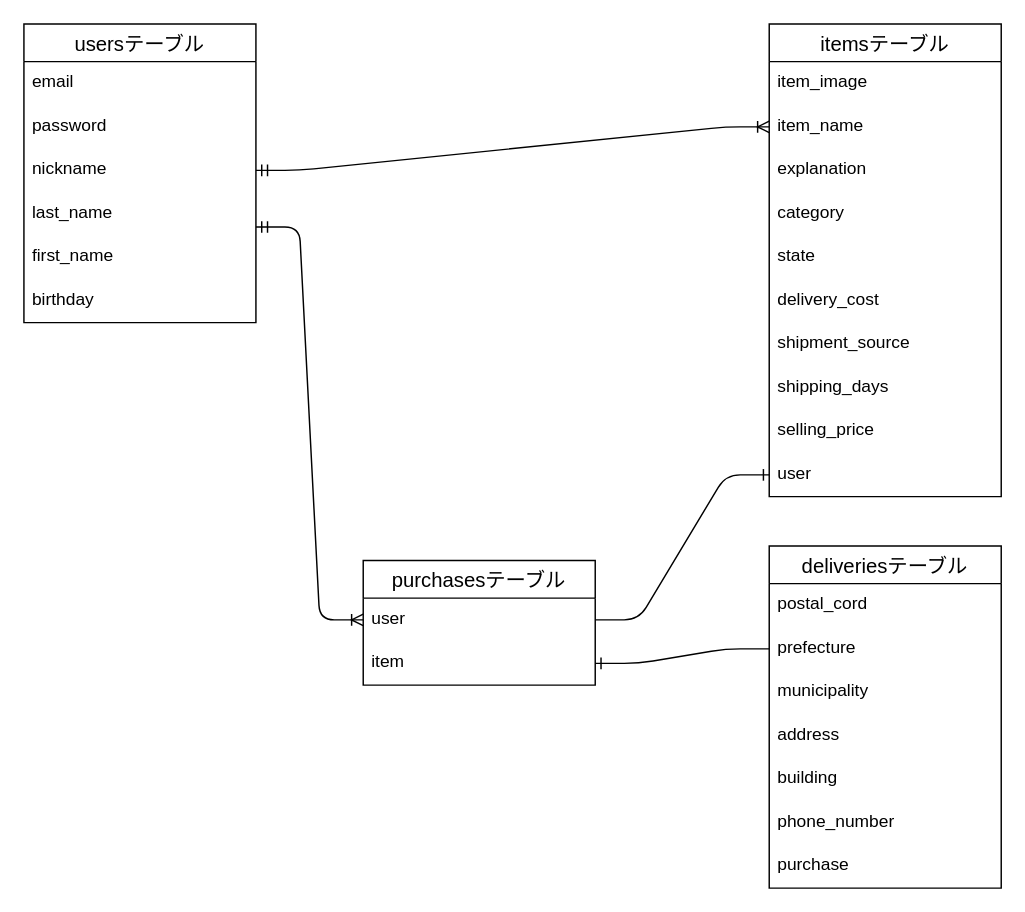
Earlier version of the draw.io diagram ER.dio (Suzun0suke/furima-8019). Source tidied: cells renumbered, new cells numbered last; positions are measured from the earlier drawing's top-left corner, leaving out a move shared by most shapes. Both pictures are drawn from the tidied source at 145%, with x=0, y=0 at pixel (23, 23).
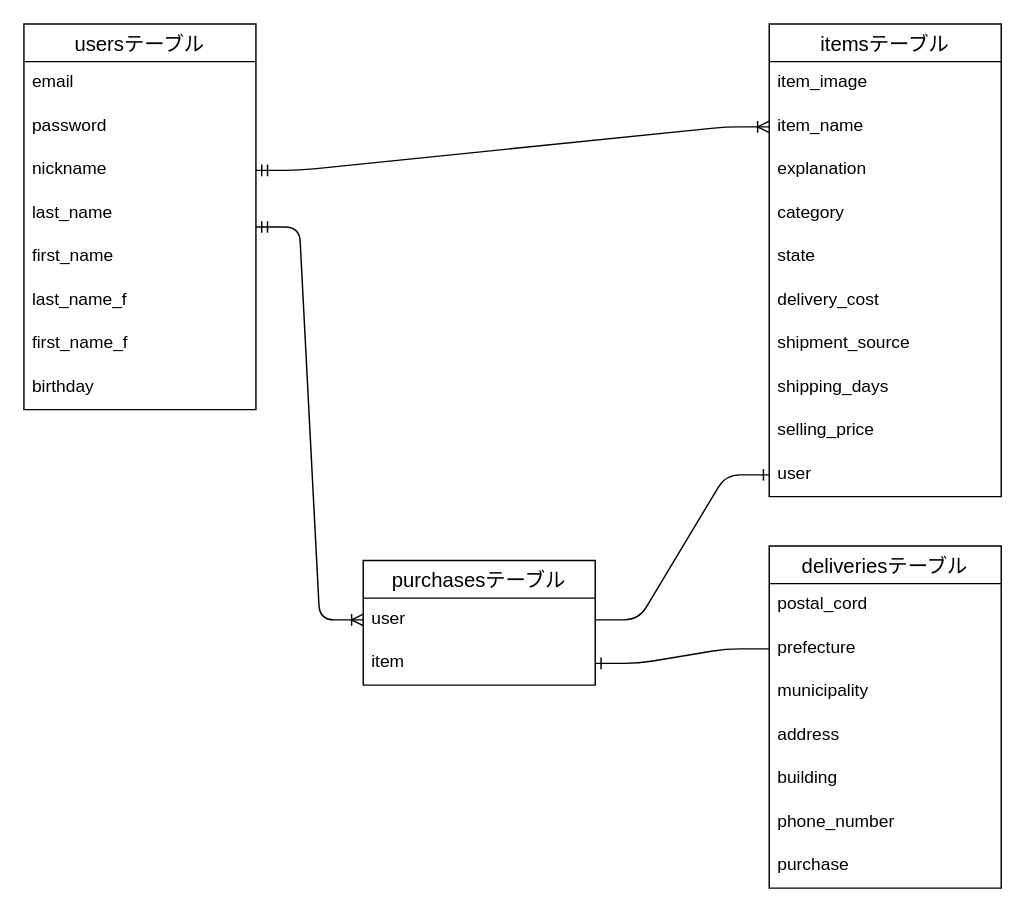
The same diagram, later.

Change to the diagram source:
```diff
@@
     <mxCell id="2" value="usersテーブル" style="swimlane;fontStyle=0;horizontal=1;startSize=26;align=center;fontSize=14;" parent="1" vertex="1">
-      <mxGeometry width="160" height="206" as="geometry" />
+      <mxGeometry width="160" height="266" as="geometry" />
     </mxCell>
@@
+    <mxCell id="35" value="first_name" style="text;strokeColor=none;fillColor=none;spacingLeft=4;spacingRight=4;overflow=hidden;fontSize=12;" parent="2" vertex="1">
+      <mxGeometry y="146" width="160" height="30" as="geometry" />
+    </mxCell>
+    <mxCell id="36" value="last_name_f" style="text;strokeColor=none;fillColor=none;spacingLeft=4;spacingRight=4;overflow=hidden;fontSize=12;" parent="2" vertex="1">
+      <mxGeometry y="176" width="160" height="30" as="geometry" />
+    </mxCell>
-    <mxCell id="7" value="first_name" style="text;strokeColor=none;fillColor=none;spacingLeft=4;spacingRight=4;overflow=hidden;fontSize=12;" parent="2" vertex="1">
-      <mxGeometry y="146" width="160" height="30" as="geometry" />
+    <mxCell id="7" value="first_name_f" style="text;strokeColor=none;fillColor=none;spacingLeft=4;spacingRight=4;overflow=hidden;fontSize=12;" parent="2" vertex="1">
+      <mxGeometry y="206" width="160" height="30" as="geometry" />
     </mxCell>
     <mxCell id="8" value="birthday" style="text;strokeColor=none;fillColor=none;spacingLeft=4;spacingRight=4;overflow=hidden;fontSize=12;" parent="2" vertex="1">
-      <mxGeometry y="176" width="160" height="30" as="geometry" />
+      <mxGeometry y="236" width="160" height="30" as="geometry" />
     </mxCell>
```
